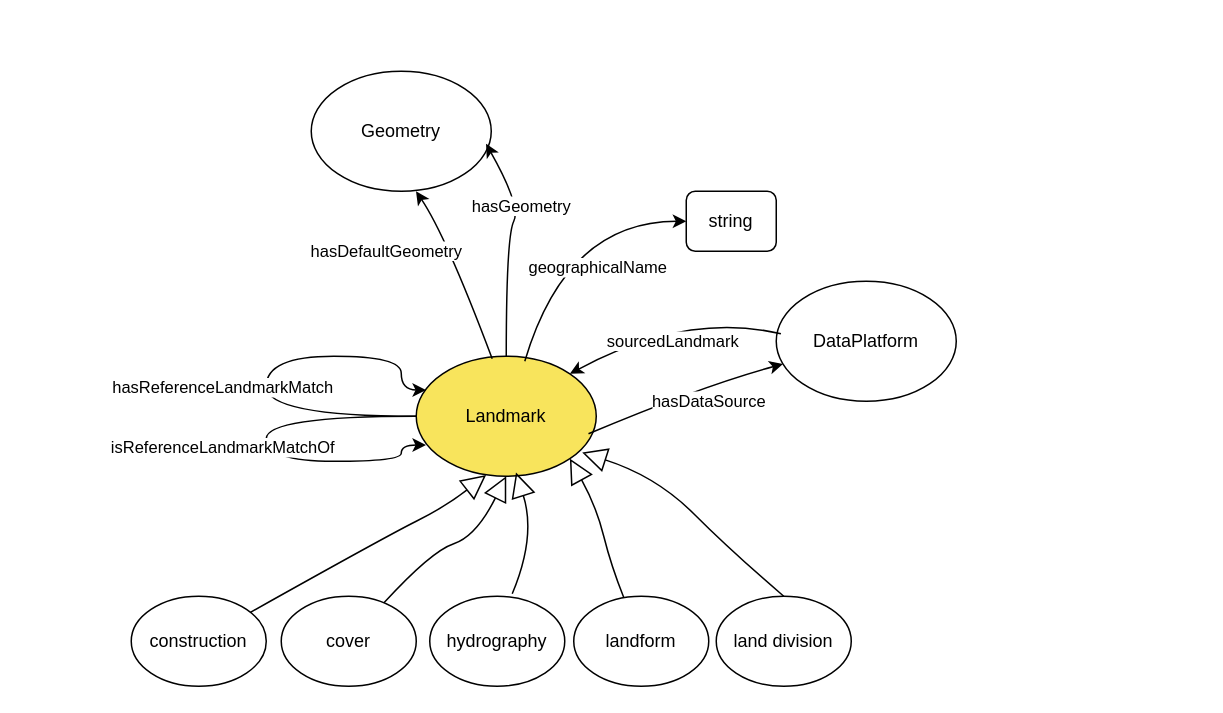
The draw.io diagram diagram/conceptual_model.drawio in umrlastig/landmark-ontology, before the edit. Source tidied: cells renumbered, new cells numbered last; positions are measured from the earlier drawing's top-left corner, leaving out a move shared by most shapes. Both pictures are drawn from the tidied source at 150%, with x=0, y=0 at pixel (130, 70).
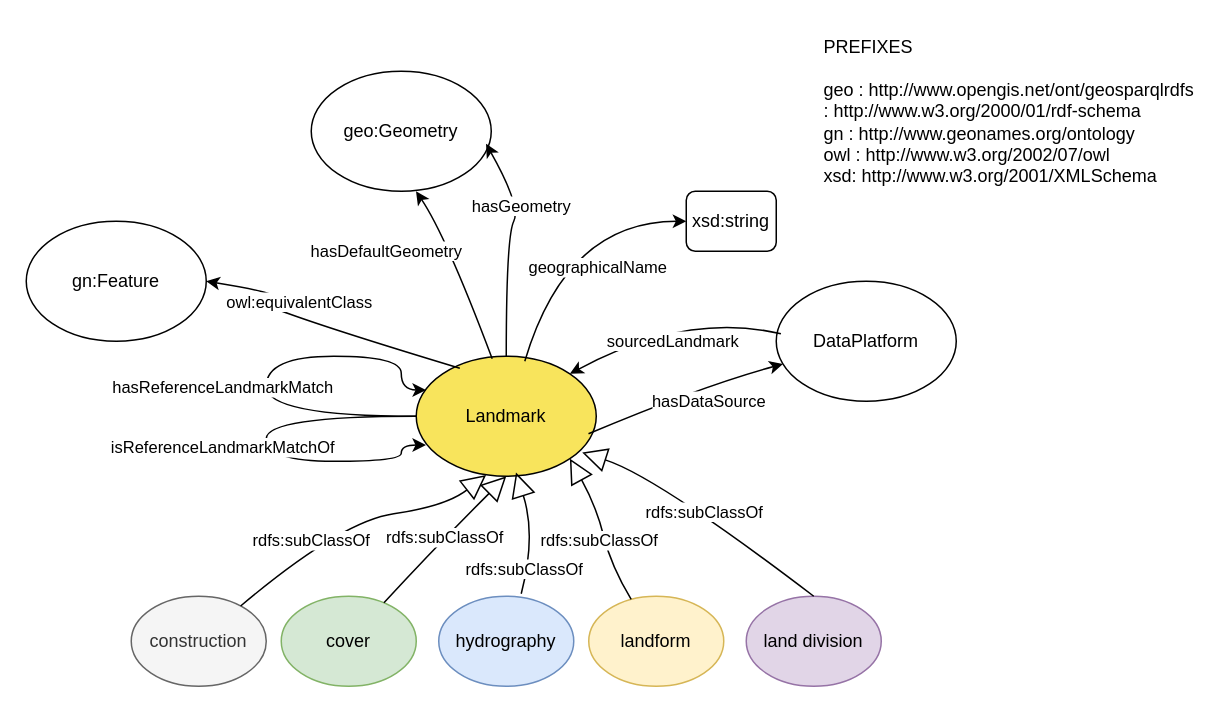
The same page after the edit.

Commit message:
Mettre à jour conceptual_model.drawio

Unchanged cells that the change refers to:
```xml
<mxCell id="2" value="Landmark" style="ellipse;whiteSpace=wrap;html=1;shapeInside=1;fillColor=light-dark(#f8e45c, #ededed);" parent="1" vertex="1">
  <mxGeometry x="190" y="190" width="120" height="80" as="geometry" />
</mxCell>
<mxCell id="26" style="endArrow=block;html=1;rounded=0;exitX=0.611;exitY=-0.028;exitDx=0;exitDy=0;exitPerimeter=0;entryX=0.554;entryY=0.969;entryDx=0;entryDy=0;entryPerimeter=0;endFill=0;endSize=14;curved=1;" parent="1" edge="1" source="18" target="2">
  <mxGeometry relative="1" as="geometry">
    <Array as="points">
      <mxPoint x="270" y="310" />
    </Array>
  </mxGeometry>
</mxCell>
<mxCell id="27" style="curved=1;endArrow=block;html=1;rounded=0;entryX=1;entryY=1;entryDx=0;entryDy=0;endFill=0;endSize=14;" parent="1" edge="1" source="19" target="2">
  <mxGeometry relative="1" as="geometry">
    <Array as="points">
      <mxPoint x="320" y="330" />
      <mxPoint x="310" y="290" />
    </Array>
  </mxGeometry>
</mxCell>
```

The edit, as a diff of the source:
```diff
@@
-    <mxCell id="12" value="string" style="rounded=1;whiteSpace=wrap;html=1;" parent="1" vertex="1">
+    <mxCell id="12" value="xsd:string" style="rounded=1;whiteSpace=wrap;html=1;" parent="1" vertex="1">
       <mxGeometry x="370" y="80" width="60" height="40" as="geometry" />
     </mxCell>
@@
-    <mxCell id="15" value="construction" style="ellipse;whiteSpace=wrap;html=1;shapeInside=1;" parent="1" vertex="1">
+    <mxCell id="15" value="construction" style="ellipse;whiteSpace=wrap;html=1;shapeInside=1;fillColor=#f5f5f5;fontColor=#333333;strokeColor=#666666;" parent="1" vertex="1">
       <mxGeometry y="350" width="90" height="60" as="geometry" />
     </mxCell>
     <mxCell id="16" style="curved=1;endArrow=block;html=1;rounded=0;entryX=0.388;entryY=0.99;entryDx=0;entryDy=0;entryPerimeter=0;endFill=0;strokeWidth=1;endSize=14;" parent="1" edge="1" source="15" target="2">
       <mxGeometry relative="1" as="geometry">
         <Array as="points">
-          <mxPoint x="170" y="310" />
+          <mxPoint x="140" y="300" />
           <mxPoint x="210" y="290" />
         </Array>
       </mxGeometry>
     </mxCell>
+    <mxCell id="29" value="rdfs:subClassOf" style="edgeLabel;html=1;align=center;verticalAlign=middle;" parent="16" vertex="1">
+      <mxGeometry x="0.01" relative="1" as="geometry">
+        <mxPoint x="-30" y="14" as="offset" />
+      </mxGeometry>
+    </mxCell>
-    <mxCell id="17" value="cover" style="ellipse;whiteSpace=wrap;html=1;shapeInside=1;" parent="1" vertex="1">
+    <mxCell id="17" value="cover" style="ellipse;whiteSpace=wrap;html=1;shapeInside=1;fillColor=#d5e8d4;strokeColor=#82b366;" parent="1" vertex="1">
       <mxGeometry x="100" y="350" width="90" height="60" as="geometry" />
     </mxCell>
-    <mxCell id="18" value="hydrography" style="ellipse;whiteSpace=wrap;html=1;shapeInside=1;" parent="1" vertex="1">
-      <mxGeometry x="199" y="350" width="90" height="60" as="geometry" />
+    <mxCell id="18" value="hydrography" style="ellipse;whiteSpace=wrap;html=1;shapeInside=1;fillColor=#dae8fc;strokeColor=#6c8ebf;" parent="1" vertex="1">
+      <mxGeometry x="205" y="350" width="90" height="60" as="geometry" />
     </mxCell>
-    <mxCell id="19" value="landform" style="ellipse;whiteSpace=wrap;html=1;shapeInside=1;" parent="1" vertex="1">
-      <mxGeometry x="295" y="350" width="90" height="60" as="geometry" />
+    <mxCell id="19" value="landform" style="ellipse;whiteSpace=wrap;html=1;shapeInside=1;fillColor=#fff2cc;strokeColor=#d6b656;" parent="1" vertex="1">
+      <mxGeometry x="305" y="350" width="90" height="60" as="geometry" />
     </mxCell>
-    <mxCell id="20" value="land division" style="ellipse;whiteSpace=wrap;html=1;shapeInside=1;" parent="1" vertex="1">
-      <mxGeometry x="390" y="350" width="90" height="60" as="geometry" />
+    <mxCell id="20" value="land division" style="ellipse;whiteSpace=wrap;html=1;shapeInside=1;fillColor=#e1d5e7;strokeColor=#9673a6;" parent="1" vertex="1">
+      <mxGeometry x="410" y="350" width="90" height="60" as="geometry" />
     </mxCell>
-    <mxCell id="21" value="Geometry" style="ellipse;whiteSpace=wrap;html=1;shapeInside=1;" parent="1" vertex="1">
+    <mxCell id="21" value="geo:Geometry" style="ellipse;whiteSpace=wrap;html=1;shapeInside=1;" parent="1" vertex="1">
       <mxGeometry x="120" width="120" height="80" as="geometry" />
     </mxCell>
@@
-    <mxCell id="25" style="curved=1;endArrow=block;html=1;rounded=0;entryX=0.5;entryY=1;entryDx=0;entryDy=0;endFill=0;endSize=14;" parent="1" edge="1" source="17" target="2">
+    <mxCell id="25" value="rdfs:subClassOf" style="curved=1;endArrow=block;html=1;rounded=0;entryX=0.5;entryY=1;entryDx=0;entryDy=0;endFill=0;endSize=14;" parent="1" edge="1" source="17" target="2">
       <mxGeometry relative="1" as="geometry">
         <Array as="points">
           <mxPoint x="200" y="320" />
-          <mxPoint x="230" y="310" />
         </Array>
       </mxGeometry>
     </mxCell>
@@
+    <mxCell id="30" value="rdfs:subClassOf" style="edgeLabel;html=1;align=center;verticalAlign=middle;" parent="26" vertex="1">
+      <mxGeometry x="-0.62" y="4" relative="1" as="geometry">
+        <mxPoint x="1" as="offset" />
+      </mxGeometry>
+    </mxCell>
@@
+    <mxCell id="31" value="rdfs:subClassOf" style="edgeLabel;html=1;align=center;verticalAlign=middle;" parent="27" vertex="1">
+      <mxGeometry x="-0.12" y="4" relative="1" as="geometry" />
+    </mxCell>
-    <mxCell id="28" style="curved=1;endArrow=block;html=1;rounded=0;exitX=0.5;exitY=0;exitDx=0;exitDy=0;entryX=0.922;entryY=0.802;entryDx=0;entryDy=0;entryPerimeter=0;endFill=0;endSize=14;" parent="1" edge="1" source="20" target="2">
+    <mxCell id="28" value="rdfs:subClassOf" style="curved=1;endArrow=block;html=1;rounded=0;exitX=0.5;exitY=0;exitDx=0;exitDy=0;entryX=0.922;entryY=0.802;entryDx=0;entryDy=0;entryPerimeter=0;endFill=0;endSize=14;" parent="1" edge="1" source="20" target="2">
       <mxGeometry relative="1" as="geometry">
         <Array as="points">
-          <mxPoint x="400" y="320" />
           <mxPoint x="350" y="270" />
         </Array>
       </mxGeometry>
     </mxCell>
+    <mxCell id="32" value="PREFIXES&#10;&#10;geo : http://www.opengis.net/ont/geosparqlrdfs : http://www.w3.org/2000/01/rdf-schema&#10;gn : http://www.geonames.org/ontology&#10;owl : http://www.w3.org/2002/07/owl&#10;xsd: http://www.w3.org/2001/XMLSchema" style="text;whiteSpace=wrap;glass=0;rounded=0;shadow=0;" parent="1" vertex="1">
+      <mxGeometry x="460" y="-30" width="250" height="120" as="geometry" />
+    </mxCell>
+    <mxCell id="33" value="gn:Feature" style="ellipse;whiteSpace=wrap;html=1;shapeInside=1;" parent="1" vertex="1">
+      <mxGeometry x="-70" y="100" width="120" height="80" as="geometry" />
+    </mxCell>
+    <mxCell id="34" style="curved=1;endArrow=classic;html=1;rounded=0;exitX=0.242;exitY=0.1;exitDx=0;exitDy=0;exitPerimeter=0;" parent="1" edge="1" source="2" target="33">
+      <mxGeometry relative="1" as="geometry">
+        <Array as="points">
+          <mxPoint x="60" y="150" />
+          <mxPoint x="110" y="150" />
+          <mxPoint x="50" y="140" />
+        </Array>
+      </mxGeometry>
+    </mxCell>
+    <mxCell id="35" value="owl:equivalentClass" style="edgeLabel;html=1;align=center;verticalAlign=middle;" parent="34" vertex="1">
+      <mxGeometry x="0.13" y="1" relative="1" as="geometry">
+        <mxPoint x="42" as="offset" />
+      </mxGeometry>
+    </mxCell>
```
